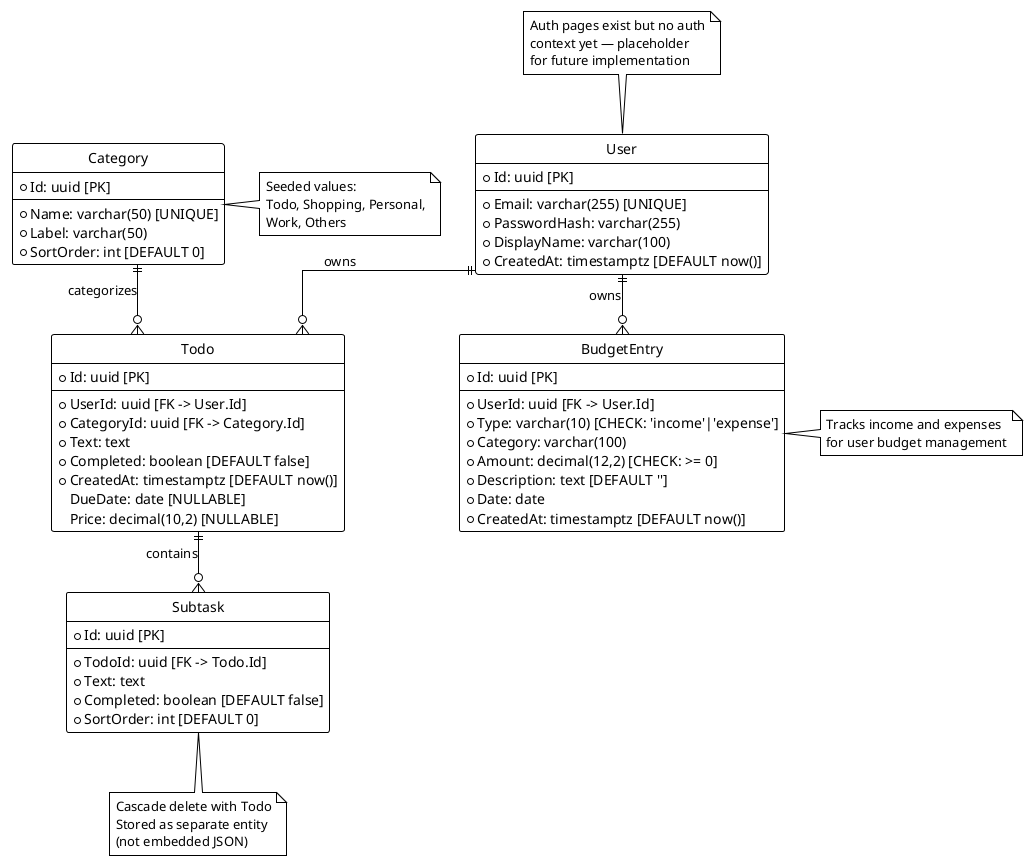
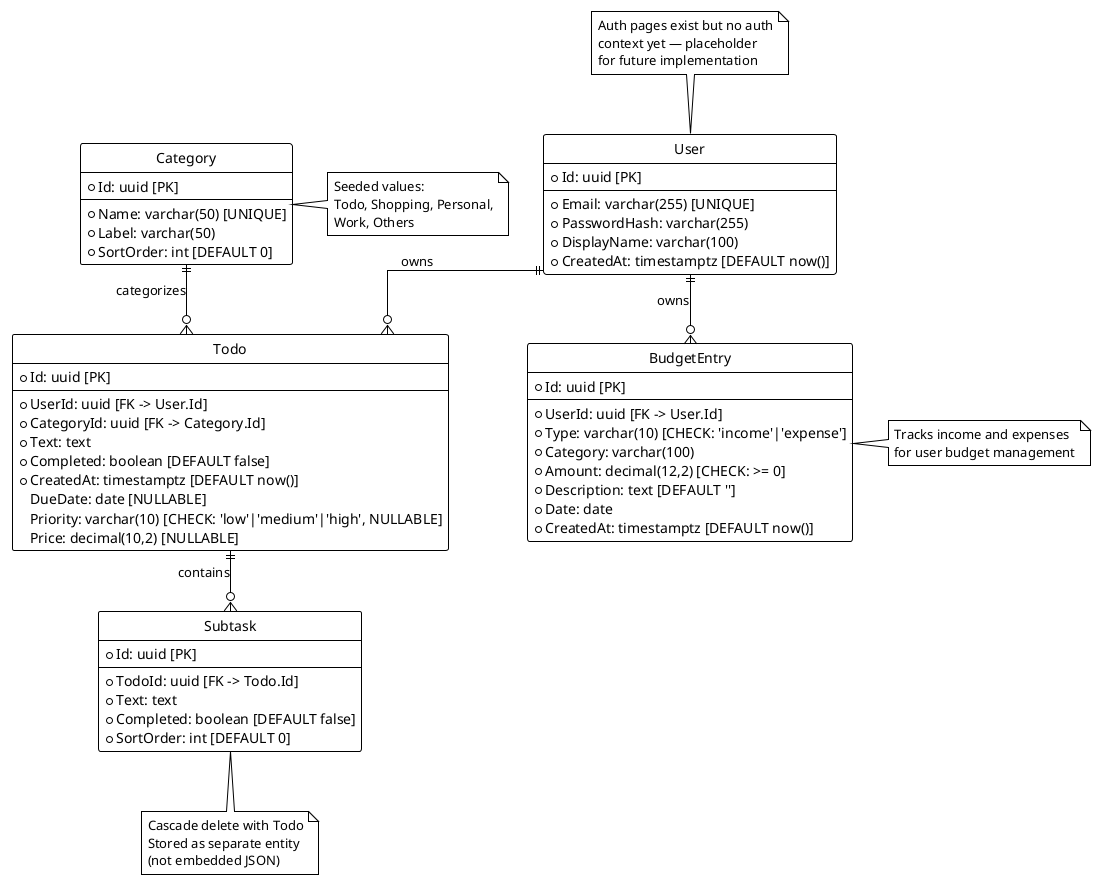
@startuml
!theme plain

hide circle
skinparam linetype ortho

entity User {
  * Id: uuid [PK]
  --
  * Email: varchar(255) [UNIQUE]
  * PasswordHash: varchar(255)
  * DisplayName: varchar(100)
  * CreatedAt: timestamptz [DEFAULT now()]
}

entity Category {
  * Id: uuid [PK]
  --
  * Name: varchar(50) [UNIQUE]
  * Label: varchar(50)
  * SortOrder: int [DEFAULT 0]
}

entity Todo {
  * Id: uuid [PK]
  --
  * UserId: uuid [FK -> User.Id]
  * CategoryId: uuid [FK -> Category.Id]
  * Text: text
  * Completed: boolean [DEFAULT false]
  * CreatedAt: timestamptz [DEFAULT now()]
  DueDate: date [NULLABLE]
+   Priority: varchar(10) [CHECK: 'low'|'medium'|'high', NULLABLE]
  Price: decimal(10,2) [NULLABLE]
}

entity Subtask {
  * Id: uuid [PK]
  --
  * TodoId: uuid [FK -> Todo.Id]
  * Text: text
  * Completed: boolean [DEFAULT false]
  * SortOrder: int [DEFAULT 0]
}

entity BudgetEntry {
  * Id: uuid [PK]
  --
  * UserId: uuid [FK -> User.Id]
  * Type: varchar(10) [CHECK: 'income'|'expense']
  * Category: varchar(100)
  * Amount: decimal(12,2) [CHECK: >= 0]
  * Description: text [DEFAULT '']
  * Date: date
  * CreatedAt: timestamptz [DEFAULT now()]
}

User ||--o{ Todo : owns
User ||--o{ BudgetEntry : owns
Category ||--o{ Todo : categorizes
Todo ||--o{ Subtask : contains

note top of User
  Auth pages exist but no auth
  context yet — placeholder
  for future implementation
end note

note right of Category
  Seeded values:
  Todo, Shopping, Personal,
  Work, Others
end note

note right of BudgetEntry
  Tracks income and expenses
  for user budget management
end note

note bottom of Subtask
  Cascade delete with Todo
  Stored as separate entity
  (not embedded JSON)
end note
@enduml
